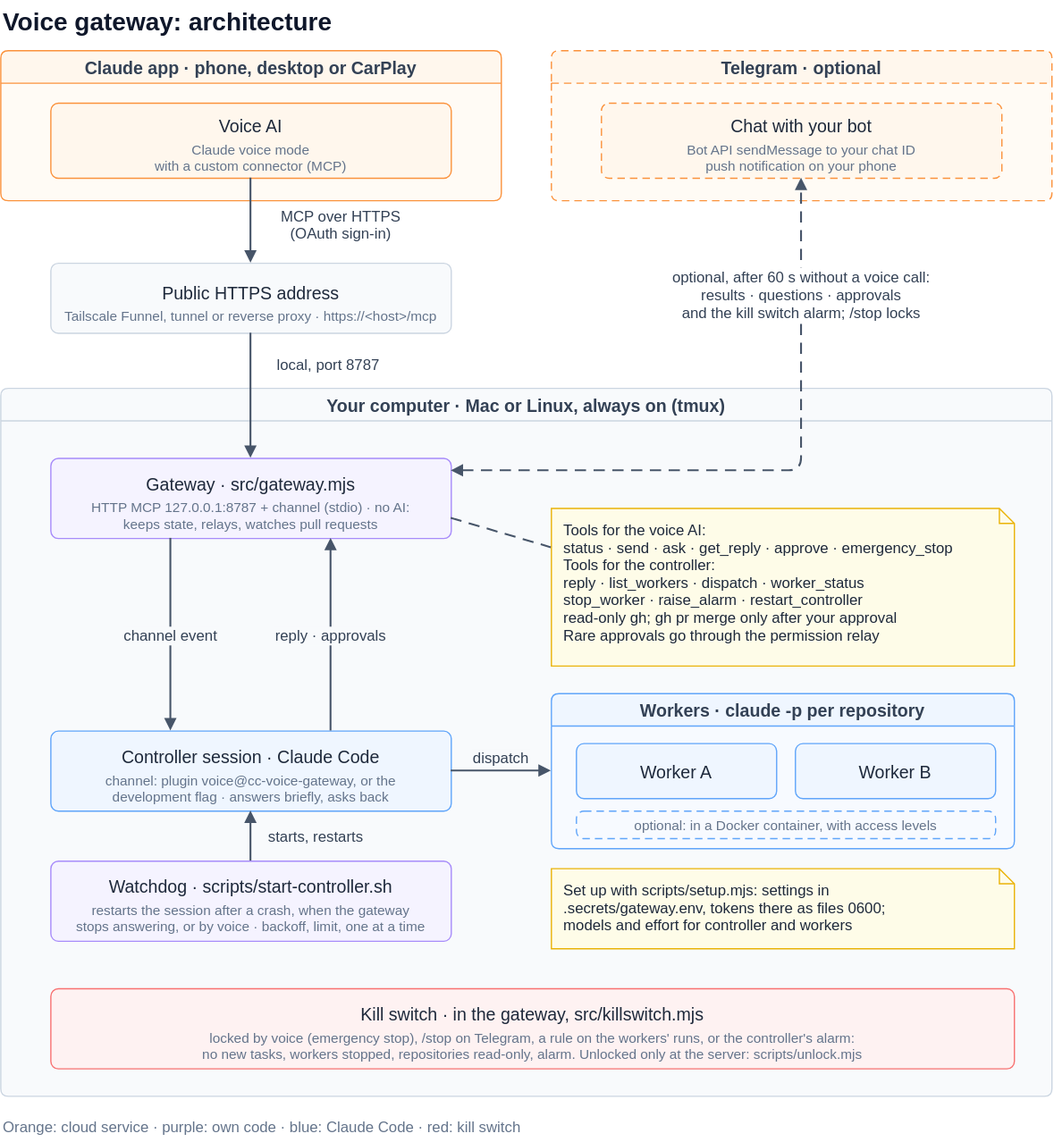
This is docs/architecture.drawio.svg from alderg/cc-voice-gateway, a draw.io export, as it was before one commit. Source tidied: cells renumbered, new cells last; positions are measured from the earlier drawing's top-left corner, leaving out a move shared by most shapes.
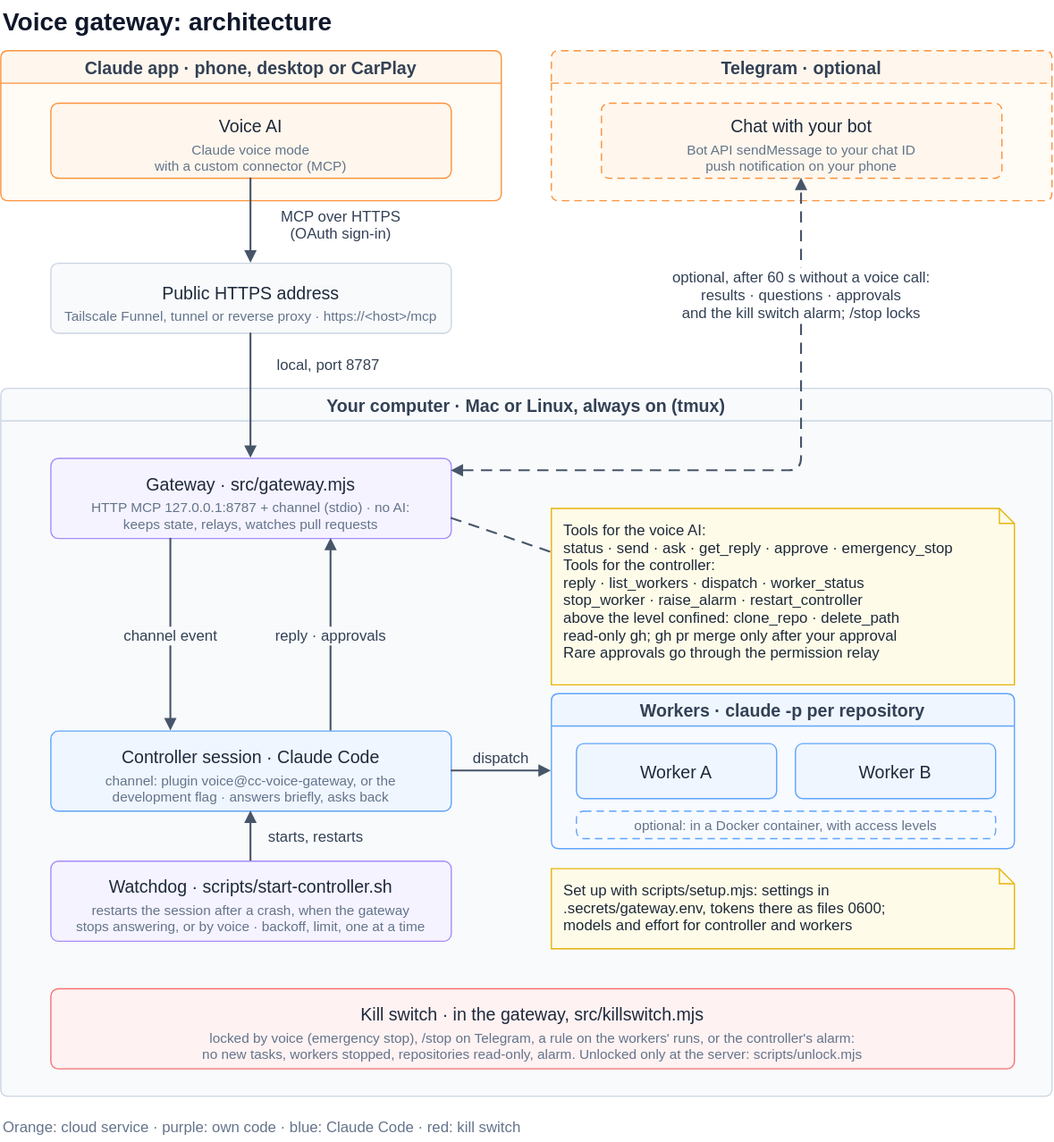
After the change.

What changed in the source:
```diff
@@ -44,8 +44,8 @@
     <mxCell id="15" value="channel: plugin voice@cc-voice-gateway, or the&#10;development flag · answers briefly, asks back" style="text;html=0;fontSize=11;fontColor=#64748B;align=center;verticalAlign=top;spacing=0;strokeColor=none;fillColor=none;" parent="14" vertex="1">
       <mxGeometry y="28.7" width="320" height="26.4" as="geometry" />
     </mxCell>
-    <mxCell id="16" value="Tools for the voice AI:&#10;status · send · ask · get_reply · approve · emergency_stop&#10;Tools for the controller:&#10;reply · list_workers · dispatch · worker_status&#10;stop_worker · raise_alarm · restart_controller&#10;read-only gh; gh pr merge only after your approval&#10;Rare approvals go through the permission relay" style="shape=note;size=12;html=0;fontSize=12;align=left;verticalAlign=top;spacingLeft=8;spacingTop=4;fillColor=#FEFCE8;strokeColor=#EAB308;strokeWidth=1;fontColor=#1E293B;" parent="11" vertex="1">
-      <mxGeometry x="440" y="96" width="370" height="126" as="geometry" />
+    <mxCell id="16" value="Tools for the voice AI:&#10;status · send · ask · get_reply · approve · emergency_stop&#10;Tools for the controller:&#10;reply · list_workers · dispatch · worker_status&#10;stop_worker · raise_alarm · restart_controller&#10;above the level confined: clone_repo · delete_path&#10;read-only gh; gh pr merge only after your approval&#10;Rare approvals go through the permission relay" style="shape=note;size=12;html=0;fontSize=12;align=left;verticalAlign=top;spacingLeft=8;spacingTop=4;fillColor=#FEFCE8;strokeColor=#EAB308;strokeWidth=1;fontColor=#1E293B;" parent="11" vertex="1">
+      <mxGeometry x="440" y="96" width="370" height="141" as="geometry" />
     </mxCell>
     <mxCell id="17" value="Workers · claude -p per repository" style="swimlane;startSize=26;html=0;fontSize=14;fontStyle=1;fillColor=#EFF6FF;strokeColor=#60A5FA;swimlaneFillColor=#F7FAFF;rounded=1;fontColor=#334155;strokeWidth=1;absoluteArcSize=1;arcSize=12;swimlaneLine=1;" parent="11" vertex="1">
       <mxGeometry x="440" y="244" width="370" height="124" as="geometry" />
```
